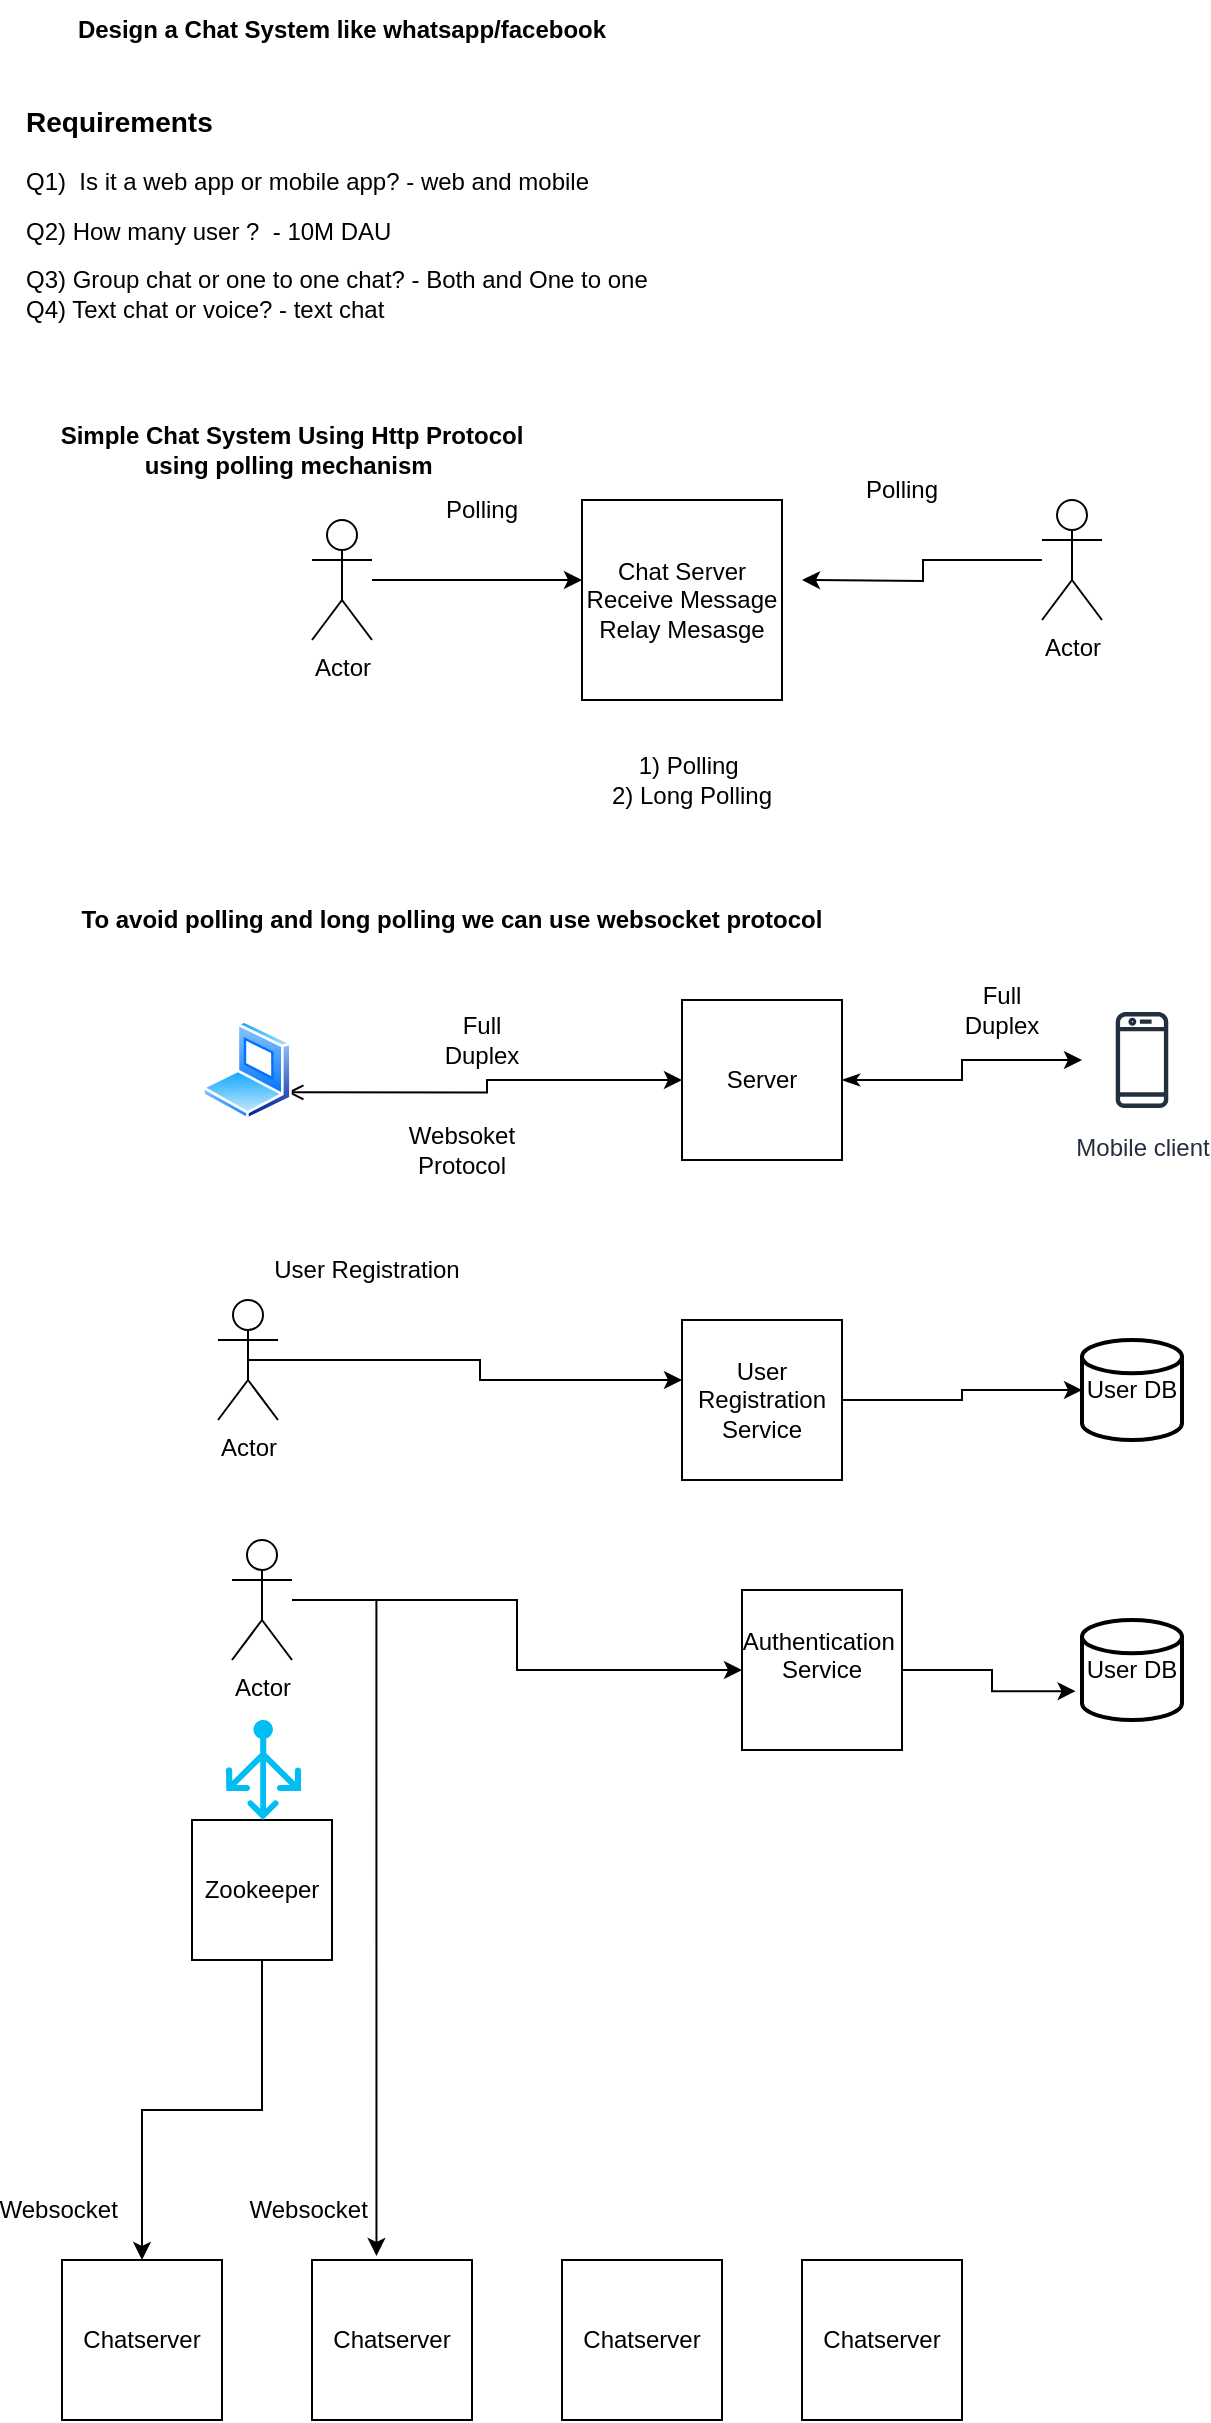
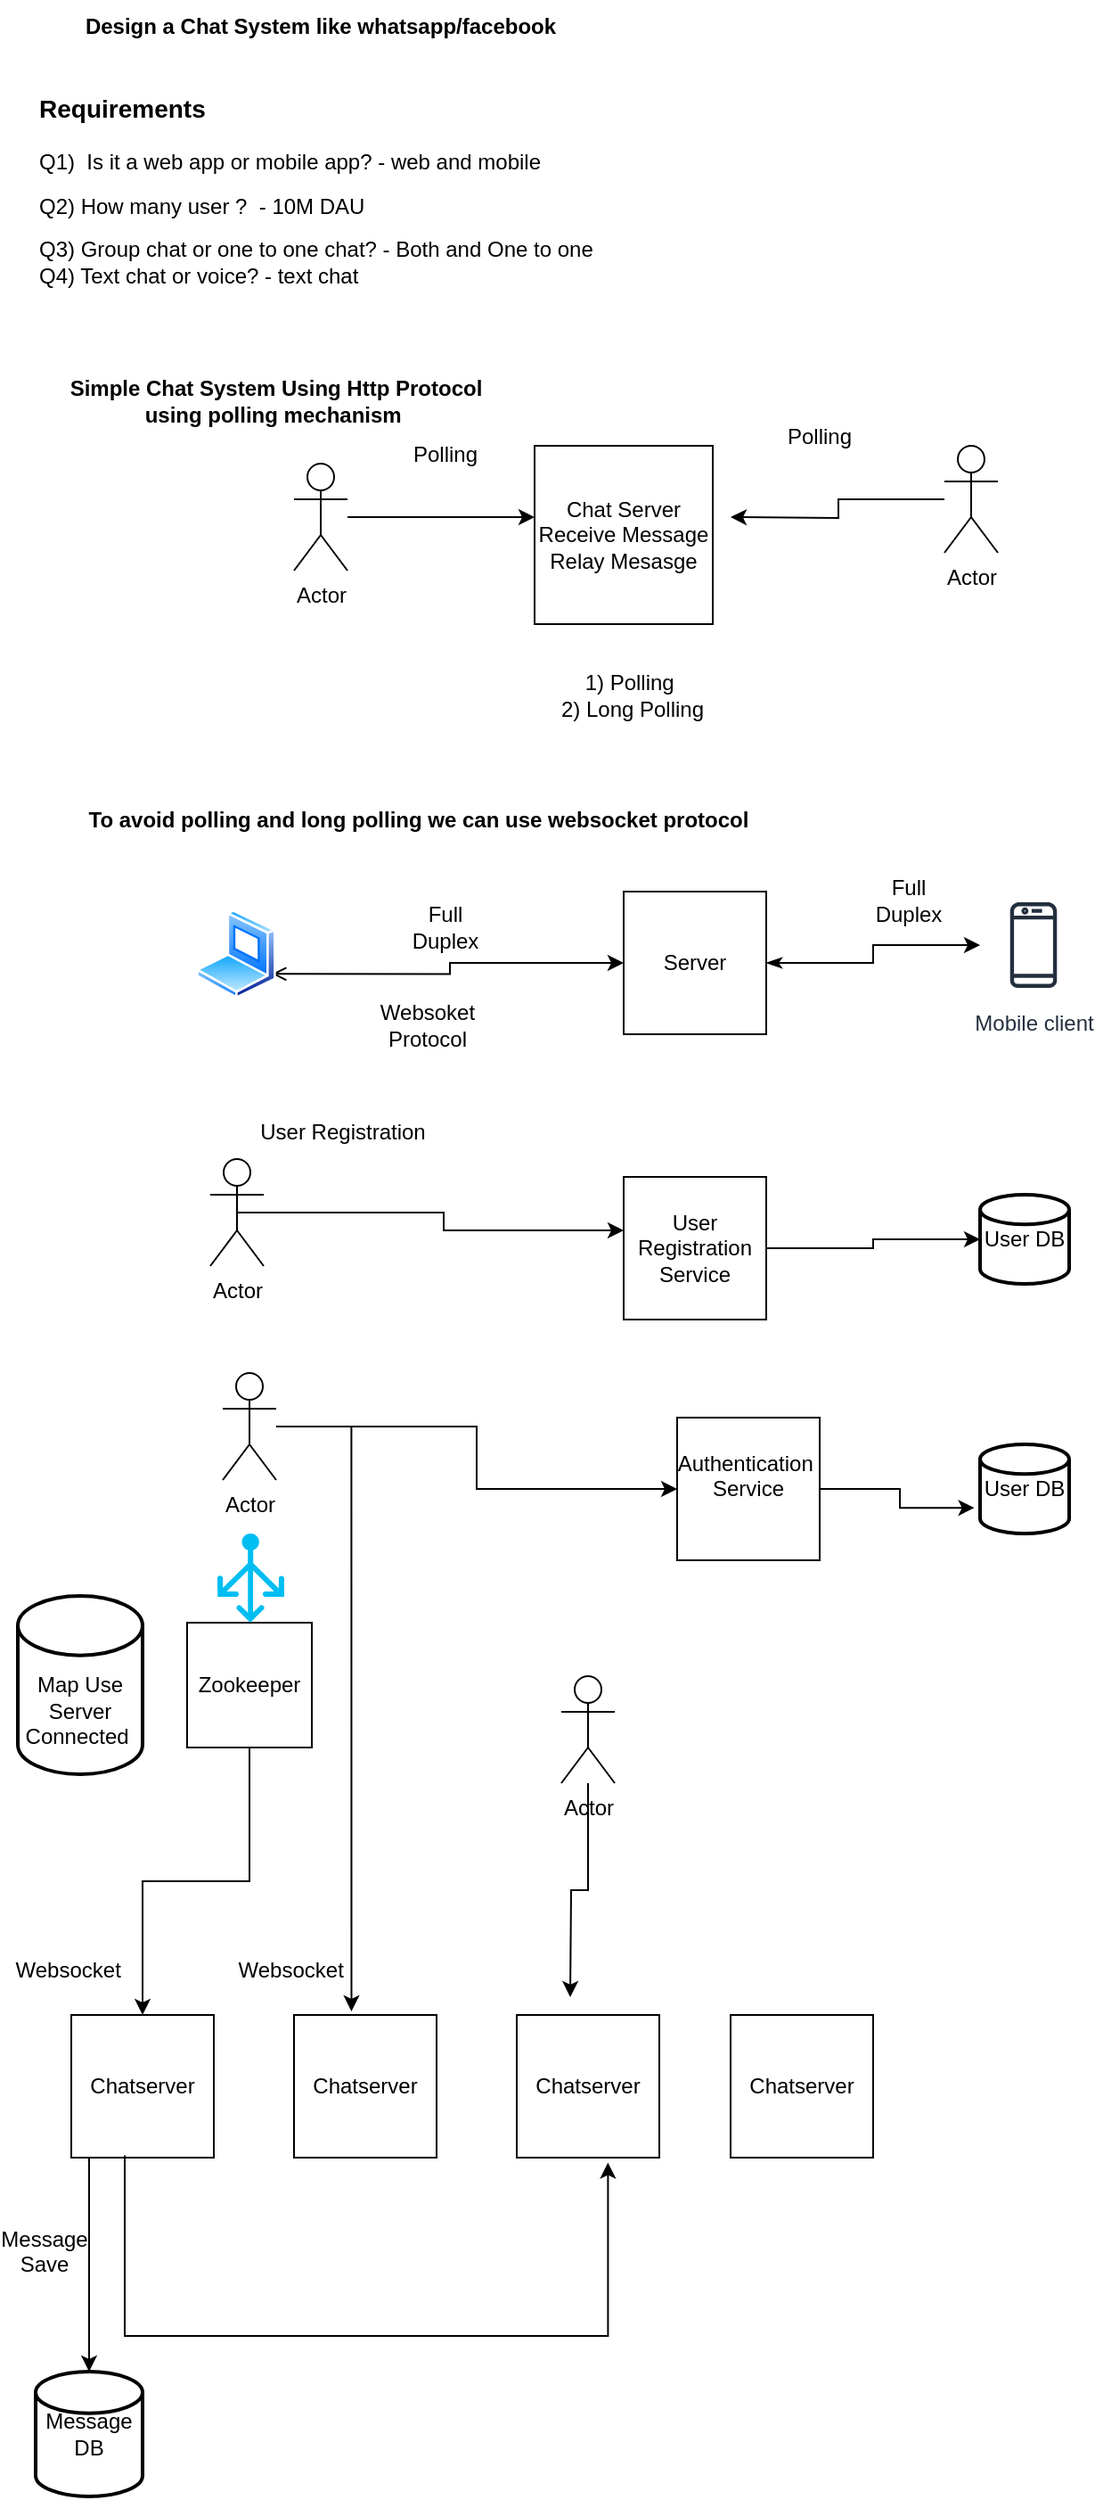
<mxfile host="app.diagrams.net">
  <diagram name="Page-1" id="3ATuJxxzuiHgp-YWyr6O">
    <mxGraphModel dx="1030" dy="569" grid="1" gridSize="10" guides="1" tooltips="1" connect="1" arrows="1" fold="1" page="1" pageScale="1" pageWidth="850" pageHeight="1100" math="0" shadow="0">
      <root>
        <mxCell id="0" />
        <mxCell id="1" parent="0" />
        <mxCell id="vDnc6QM3t7NdxVrkiEKP-1" parent="1" style="text;html=1;whiteSpace=wrap;overflow=hidden;rounded=0;fontSize=10;" value="&lt;h1 style=&quot;margin-top: 0px;&quot;&gt;&lt;font style=&quot;font-size: 14px;&quot;&gt;Requirements&lt;/font&gt;&lt;/h1&gt;&lt;p&gt;&lt;font style=&quot;font-size: 12px;&quot;&gt;Q1)&amp;nbsp; Is it a web app or mobile app?&amp;nbsp;&lt;/font&gt;&lt;span style=&quot;font-size: 12px; background-color: transparent; color: light-dark(rgb(0, 0, 0), rgb(255, 255, 255));&quot;&gt;- web and mobile&lt;/span&gt;&lt;/p&gt;&lt;p&gt;&lt;font style=&quot;font-size: 12px;&quot;&gt;Q2) How many user ?&amp;nbsp; - 10M DAU&lt;/font&gt;&lt;/p&gt;&lt;p&gt;&lt;font style=&quot;font-size: 12px;&quot;&gt;Q3) Group chat or one to one chat? - Both and One to one&lt;br&gt;Q4) Text chat or voice? - text chat&lt;/font&gt;&lt;/p&gt;" vertex="1">
          <mxGeometry height="140" width="380" x="60" y="70" as="geometry" />
        </mxCell>
        <mxCell id="vDnc6QM3t7NdxVrkiEKP-2" parent="1" style="text;html=1;whiteSpace=wrap;strokeColor=none;fillColor=none;align=center;verticalAlign=middle;rounded=0;fontStyle=1" value="Design a Chat System like whatsapp/facebook" vertex="1">
          <mxGeometry height="30" width="300" x="70" y="30" as="geometry" />
        </mxCell>
        <mxCell id="vDnc6QM3t7NdxVrkiEKP-3" parent="1" style="whiteSpace=wrap;html=1;aspect=fixed;" value="Chat Server&lt;br&gt;Receive Message&lt;br&gt;Relay Mesasge" vertex="1">
          <mxGeometry height="100" width="100" x="340" y="280" as="geometry" />
        </mxCell>
        <mxCell id="vDnc6QM3t7NdxVrkiEKP-5" edge="1" parent="1" source="vDnc6QM3t7NdxVrkiEKP-4" style="edgeStyle=orthogonalEdgeStyle;rounded=0;orthogonalLoop=1;jettySize=auto;html=1;">
          <mxGeometry relative="1" as="geometry">
            <mxPoint x="340" y="320" as="targetPoint" />
          </mxGeometry>
        </mxCell>
        <mxCell id="vDnc6QM3t7NdxVrkiEKP-4" parent="1" style="shape=umlActor;verticalLabelPosition=bottom;verticalAlign=top;html=1;outlineConnect=0;" value="Actor" vertex="1">
          <mxGeometry height="60" width="30" x="205" y="290" as="geometry" />
        </mxCell>
        <mxCell id="vDnc6QM3t7NdxVrkiEKP-7" edge="1" parent="1" source="vDnc6QM3t7NdxVrkiEKP-6" style="edgeStyle=orthogonalEdgeStyle;rounded=0;orthogonalLoop=1;jettySize=auto;html=1;">
          <mxGeometry relative="1" as="geometry">
            <mxPoint x="450" y="320" as="targetPoint" />
          </mxGeometry>
        </mxCell>
        <mxCell id="vDnc6QM3t7NdxVrkiEKP-6" parent="1" style="shape=umlActor;verticalLabelPosition=bottom;verticalAlign=top;html=1;outlineConnect=0;" value="Actor" vertex="1">
          <mxGeometry height="60" width="30" x="570" y="280" as="geometry" />
        </mxCell>
        <mxCell id="HQH3foOj0PnZHyx9Auc--1" parent="1" style="text;html=1;whiteSpace=wrap;strokeColor=none;fillColor=none;align=center;verticalAlign=middle;rounded=0;" value="Polling" vertex="1">
          <mxGeometry height="30" width="60" x="470" y="260" as="geometry" />
        </mxCell>
        <mxCell id="HQH3foOj0PnZHyx9Auc--2" parent="1" style="text;html=1;whiteSpace=wrap;strokeColor=none;fillColor=none;align=center;verticalAlign=middle;rounded=0;" value="Polling" vertex="1">
          <mxGeometry height="30" width="60" x="260" y="270" as="geometry" />
        </mxCell>
        <mxCell id="HQH3foOj0PnZHyx9Auc--3" parent="1" style="text;html=1;whiteSpace=wrap;strokeColor=none;fillColor=none;align=center;verticalAlign=middle;rounded=0;" value="1) Polling&amp;nbsp;&lt;br&gt;2) Long Polling" vertex="1">
          <mxGeometry height="40" width="110" x="340" y="400" as="geometry" />
        </mxCell>
        <mxCell id="HQH3foOj0PnZHyx9Auc--4" parent="1" style="text;html=1;whiteSpace=wrap;strokeColor=none;fillColor=none;align=center;verticalAlign=middle;rounded=0;fontStyle=1" value="Simple Chat System Using Http Protocol using polling mechanism&amp;nbsp;" vertex="1">
          <mxGeometry height="30" width="250" x="70" y="240" as="geometry" />
        </mxCell>
        <mxCell id="HQH3foOj0PnZHyx9Auc--5" parent="1" style="text;html=1;whiteSpace=wrap;strokeColor=none;fillColor=none;align=center;verticalAlign=middle;rounded=0;fontStyle=1" value="To avoid polling and long polling we can use websocket protocol" vertex="1">
          <mxGeometry height="20" width="390" x="80" y="480" as="geometry" />
        </mxCell>
        <mxCell id="HQH3foOj0PnZHyx9Auc--8" edge="1" parent="1" source="HQH3foOj0PnZHyx9Auc--6" style="edgeStyle=orthogonalEdgeStyle;rounded=0;orthogonalLoop=1;jettySize=auto;html=1;exitX=1;exitY=0.75;exitDx=0;exitDy=0;startArrow=open;startFill=0;" target="HQH3foOj0PnZHyx9Auc--7">
          <mxGeometry relative="1" as="geometry" />
        </mxCell>
        <mxCell id="HQH3foOj0PnZHyx9Auc--6" parent="1" style="image;aspect=fixed;perimeter=ellipsePerimeter;html=1;align=center;shadow=0;dashed=0;spacingTop=3;image=img/lib/active_directory/laptop_client.svg;" value="" vertex="1">
          <mxGeometry height="50" width="45" x="150" y="540" as="geometry" />
        </mxCell>
        <mxCell id="HQH3foOj0PnZHyx9Auc--11" edge="1" parent="1" source="HQH3foOj0PnZHyx9Auc--7" style="edgeStyle=orthogonalEdgeStyle;rounded=0;orthogonalLoop=1;jettySize=auto;html=1;startArrow=classicThin;startFill=1;" target="HQH3foOj0PnZHyx9Auc--10">
          <mxGeometry relative="1" as="geometry" />
        </mxCell>
        <mxCell id="HQH3foOj0PnZHyx9Auc--7" parent="1" style="whiteSpace=wrap;html=1;aspect=fixed;" value="Server" vertex="1">
          <mxGeometry height="80" width="80" x="390" y="530" as="geometry" />
        </mxCell>
        <mxCell id="HQH3foOj0PnZHyx9Auc--9" parent="1" style="text;html=1;whiteSpace=wrap;strokeColor=none;fillColor=none;align=center;verticalAlign=middle;rounded=0;" value="Full Duplex" vertex="1">
          <mxGeometry height="30" width="60" x="260" y="535" as="geometry" />
        </mxCell>
        <mxCell id="HQH3foOj0PnZHyx9Auc--10" parent="1" style="sketch=0;outlineConnect=0;fontColor=#232F3E;gradientColor=none;strokeColor=#232F3E;fillColor=#ffffff;dashed=0;verticalLabelPosition=bottom;verticalAlign=top;align=center;html=1;fontSize=12;fontStyle=0;aspect=fixed;shape=mxgraph.aws4.resourceIcon;resIcon=mxgraph.aws4.mobile_client;" value="Mobile client" vertex="1">
          <mxGeometry height="60" width="60" x="590" y="530" as="geometry" />
        </mxCell>
        <mxCell id="HQH3foOj0PnZHyx9Auc--12" parent="1" style="text;html=1;whiteSpace=wrap;strokeColor=none;fillColor=none;align=center;verticalAlign=middle;rounded=0;" value="Full Duplex" vertex="1">
          <mxGeometry height="30" width="60" x="520" y="520" as="geometry" />
        </mxCell>
        <mxCell id="HQH3foOj0PnZHyx9Auc--13" parent="1" style="text;html=1;whiteSpace=wrap;strokeColor=none;fillColor=none;align=center;verticalAlign=middle;rounded=0;" value="Websoket Protocol" vertex="1">
          <mxGeometry height="30" width="60" x="250" y="590" as="geometry" />
        </mxCell>
        <mxCell id="HQH3foOj0PnZHyx9Auc--14" parent="1" style="shape=umlActor;verticalLabelPosition=bottom;verticalAlign=top;html=1;outlineConnect=0;" value="Actor" vertex="1">
          <mxGeometry height="60" width="30" x="158" y="680" as="geometry" />
        </mxCell>
        <mxCell id="HQH3foOj0PnZHyx9Auc--19" edge="1" parent="1" source="HQH3foOj0PnZHyx9Auc--15" style="edgeStyle=orthogonalEdgeStyle;rounded=0;orthogonalLoop=1;jettySize=auto;html=1;exitX=1;exitY=0.5;exitDx=0;exitDy=0;" target="HQH3foOj0PnZHyx9Auc--16">
          <mxGeometry relative="1" as="geometry" />
        </mxCell>
        <mxCell id="HQH3foOj0PnZHyx9Auc--15" parent="1" style="whiteSpace=wrap;html=1;aspect=fixed;" value="User Registration&lt;br&gt;Service" vertex="1">
          <mxGeometry height="80" width="80" x="390" y="690" as="geometry" />
        </mxCell>
        <mxCell id="HQH3foOj0PnZHyx9Auc--16" parent="1" style="strokeWidth=2;html=1;shape=mxgraph.flowchart.database;whiteSpace=wrap;" value="User DB" vertex="1">
          <mxGeometry height="50" width="50" x="590" y="700" as="geometry" />
        </mxCell>
        <mxCell id="HQH3foOj0PnZHyx9Auc--18" edge="1" parent="1" source="HQH3foOj0PnZHyx9Auc--14" style="edgeStyle=orthogonalEdgeStyle;rounded=0;orthogonalLoop=1;jettySize=auto;html=1;exitX=0.5;exitY=0.5;exitDx=0;exitDy=0;exitPerimeter=0;entryX=0;entryY=0.375;entryDx=0;entryDy=0;entryPerimeter=0;" target="HQH3foOj0PnZHyx9Auc--15">
          <mxGeometry relative="1" as="geometry" />
        </mxCell>
        <mxCell id="HQH3foOj0PnZHyx9Auc--20" parent="1" style="text;html=1;whiteSpace=wrap;strokeColor=none;fillColor=none;align=center;verticalAlign=middle;rounded=0;" value="User Registration" vertex="1">
          <mxGeometry height="30" width="135" x="165" y="650" as="geometry" />
        </mxCell>
        <mxCell id="HQH3foOj0PnZHyx9Auc--25" edge="1" parent="1" source="HQH3foOj0PnZHyx9Auc--21" style="edgeStyle=orthogonalEdgeStyle;rounded=0;orthogonalLoop=1;jettySize=auto;html=1;entryX=0;entryY=0.5;entryDx=0;entryDy=0;" target="HQH3foOj0PnZHyx9Auc--22">
          <mxGeometry relative="1" as="geometry">
            <mxPoint x="380" y="870" as="targetPoint" />
          </mxGeometry>
        </mxCell>
        <mxCell id="HQH3foOj0PnZHyx9Auc--21" parent="1" style="shape=umlActor;verticalLabelPosition=bottom;verticalAlign=top;html=1;outlineConnect=0;" value="Actor" vertex="1">
          <mxGeometry height="60" width="30" x="165" y="800" as="geometry" />
        </mxCell>
        <mxCell id="HQH3foOj0PnZHyx9Auc--22" parent="1" style="whiteSpace=wrap;html=1;aspect=fixed;" value="Authentication&amp;nbsp;&lt;br&gt;Service&lt;div&gt;&lt;br&gt;&lt;/div&gt;" vertex="1">
          <mxGeometry height="80" width="80" x="420" y="825" as="geometry" />
        </mxCell>
        <mxCell id="HQH3foOj0PnZHyx9Auc--23" parent="1" style="strokeWidth=2;html=1;shape=mxgraph.flowchart.database;whiteSpace=wrap;" value="User DB" vertex="1">
          <mxGeometry height="50" width="50" x="590" y="840" as="geometry" />
        </mxCell>
        <mxCell id="HQH3foOj0PnZHyx9Auc--33" edge="1" parent="1" source="HQH3foOj0PnZHyx9Auc--26" style="edgeStyle=orthogonalEdgeStyle;rounded=0;orthogonalLoop=1;jettySize=auto;html=1;" target="HQH3foOj0PnZHyx9Auc--29">
          <mxGeometry relative="1" as="geometry" />
        </mxCell>
        <mxCell id="HQH3foOj0PnZHyx9Auc--26" parent="1" style="whiteSpace=wrap;html=1;aspect=fixed;" value="Zookeeper" vertex="1">
          <mxGeometry height="70" width="70" x="145" y="940" as="geometry" />
        </mxCell>
+         <mxCell id="HQH3foOj0PnZHyx9Auc--44" edge="1" parent="1" source="HQH3foOj0PnZHyx9Auc--29" style="edgeStyle=orthogonalEdgeStyle;rounded=0;orthogonalLoop=1;jettySize=auto;html=1;exitX=0.125;exitY=1.005;exitDx=0;exitDy=0;exitPerimeter=0;" target="HQH3foOj0PnZHyx9Auc--43">
+           <mxGeometry relative="1" as="geometry" />
+         </mxCell>
        <mxCell id="HQH3foOj0PnZHyx9Auc--29" parent="1" style="whiteSpace=wrap;html=1;aspect=fixed;" value="Chatserver" vertex="1">
          <mxGeometry height="80" width="80" x="80" y="1160" as="geometry" />
        </mxCell>
        <mxCell id="HQH3foOj0PnZHyx9Auc--30" parent="1" style="whiteSpace=wrap;html=1;aspect=fixed;" value="Chatserver" vertex="1">
          <mxGeometry height="80" width="80" x="205" y="1160" as="geometry" />
        </mxCell>
        <mxCell id="HQH3foOj0PnZHyx9Auc--31" parent="1" style="whiteSpace=wrap;html=1;aspect=fixed;" value="Chatserver" vertex="1">
          <mxGeometry height="80" width="80" x="330" y="1160" as="geometry" />
        </mxCell>
        <mxCell id="HQH3foOj0PnZHyx9Auc--32" parent="1" style="whiteSpace=wrap;html=1;aspect=fixed;" value="Chatserver" vertex="1">
          <mxGeometry height="80" width="80" x="450" y="1160" as="geometry" />
        </mxCell>
        <mxCell id="HQH3foOj0PnZHyx9Auc--34" edge="1" parent="1" source="HQH3foOj0PnZHyx9Auc--22" style="edgeStyle=orthogonalEdgeStyle;rounded=0;orthogonalLoop=1;jettySize=auto;html=1;entryX=-0.064;entryY=0.712;entryDx=0;entryDy=0;entryPerimeter=0;" target="HQH3foOj0PnZHyx9Auc--23">
          <mxGeometry relative="1" as="geometry" />
        </mxCell>
        <mxCell id="HQH3foOj0PnZHyx9Auc--35" edge="1" parent="1" source="HQH3foOj0PnZHyx9Auc--21" style="edgeStyle=orthogonalEdgeStyle;rounded=0;orthogonalLoop=1;jettySize=auto;html=1;entryX=0.403;entryY=-0.025;entryDx=0;entryDy=0;entryPerimeter=0;" target="HQH3foOj0PnZHyx9Auc--30">
          <mxGeometry relative="1" as="geometry" />
        </mxCell>
        <mxCell id="HQH3foOj0PnZHyx9Auc--36" parent="1" style="verticalLabelPosition=bottom;html=1;verticalAlign=top;align=center;strokeColor=none;fillColor=#00BEF2;shape=mxgraph.azure.load_balancer_generic;pointerEvents=1;" value="" vertex="1">
          <mxGeometry height="50" width="37.5" x="162" y="890" as="geometry" />
        </mxCell>
        <mxCell id="HQH3foOj0PnZHyx9Auc--37" parent="1" style="text;html=1;whiteSpace=wrap;strokeColor=none;fillColor=none;align=center;verticalAlign=middle;rounded=0;" value="Websocket&amp;nbsp;" vertex="1">
          <mxGeometry height="30" width="60" x="50" y="1120" as="geometry" />
        </mxCell>
        <mxCell id="HQH3foOj0PnZHyx9Auc--38" parent="1" style="text;html=1;whiteSpace=wrap;strokeColor=none;fillColor=none;align=center;verticalAlign=middle;rounded=0;" value="Websocket&amp;nbsp;" vertex="1">
          <mxGeometry height="30" width="60" x="175" y="1120" as="geometry" />
        </mxCell>
+         <mxCell id="HQH3foOj0PnZHyx9Auc--40" edge="1" parent="1" source="HQH3foOj0PnZHyx9Auc--39" style="edgeStyle=orthogonalEdgeStyle;rounded=0;orthogonalLoop=1;jettySize=auto;html=1;">
+           <mxGeometry relative="1" as="geometry">
+             <mxPoint x="360" y="1150" as="targetPoint" />
+           </mxGeometry>
+         </mxCell>
+         <mxCell id="HQH3foOj0PnZHyx9Auc--39" parent="1" style="shape=umlActor;verticalLabelPosition=bottom;verticalAlign=top;html=1;outlineConnect=0;" value="Actor" vertex="1">
+           <mxGeometry height="60" width="30" x="355" y="970" as="geometry" />
+         </mxCell>
+         <mxCell id="HQH3foOj0PnZHyx9Auc--41" edge="1" parent="1" source="HQH3foOj0PnZHyx9Auc--29" style="edgeStyle=orthogonalEdgeStyle;rounded=0;orthogonalLoop=1;jettySize=auto;html=1;entryX=0.64;entryY=1.035;entryDx=0;entryDy=0;entryPerimeter=0;exitX=0.375;exitY=0.985;exitDx=0;exitDy=0;exitPerimeter=0;" target="HQH3foOj0PnZHyx9Auc--31">
+           <mxGeometry relative="1" as="geometry">
+             <Array as="points">
+               <mxPoint x="110" y="1340" />
+               <mxPoint x="381" y="1340" />
+             </Array>
+           </mxGeometry>
+         </mxCell>
+         <mxCell id="HQH3foOj0PnZHyx9Auc--42" parent="1" style="strokeWidth=2;html=1;shape=mxgraph.flowchart.database;whiteSpace=wrap;" value="&lt;div&gt;&lt;br&gt;&lt;/div&gt;&lt;div&gt;&lt;br&gt;&lt;/div&gt;Map Use Server Connected&amp;nbsp;" vertex="1">
+           <mxGeometry height="100" width="70" x="50" y="925" as="geometry" />
+         </mxCell>
+         <mxCell id="HQH3foOj0PnZHyx9Auc--43" parent="1" style="strokeWidth=2;html=1;shape=mxgraph.flowchart.database;whiteSpace=wrap;" value="Message DB" vertex="1">
+           <mxGeometry height="70" width="60" x="60" y="1360" as="geometry" />
+         </mxCell>
+         <mxCell id="HQH3foOj0PnZHyx9Auc--45" parent="1" style="text;html=1;whiteSpace=wrap;strokeColor=none;fillColor=none;align=center;verticalAlign=middle;rounded=0;" value="Message&lt;br&gt;Save&lt;div&gt;&lt;br&gt;&lt;/div&gt;" vertex="1">
+           <mxGeometry height="40" width="50" x="40" y="1280" as="geometry" />
+         </mxCell>
      </root>
    </mxGraphModel>
  </diagram>
</mxfile>
